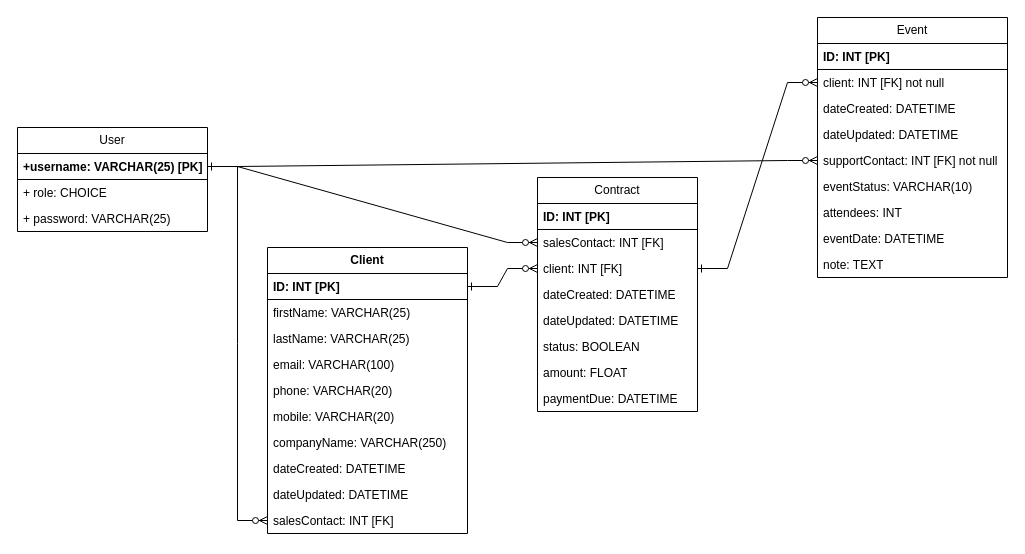
gmaOCR/TP12 keeps this draw.io diagram as Diagramme ER.drawio. Above is the earlier version. Source tidied: cells renumbered, new cells numbered last; positions are measured from the earlier drawing's top-left corner, leaving out a move shared by most shapes. Both pictures are drawn from the tidied source at 100%, with x=0, y=0 at pixel (17, 17).
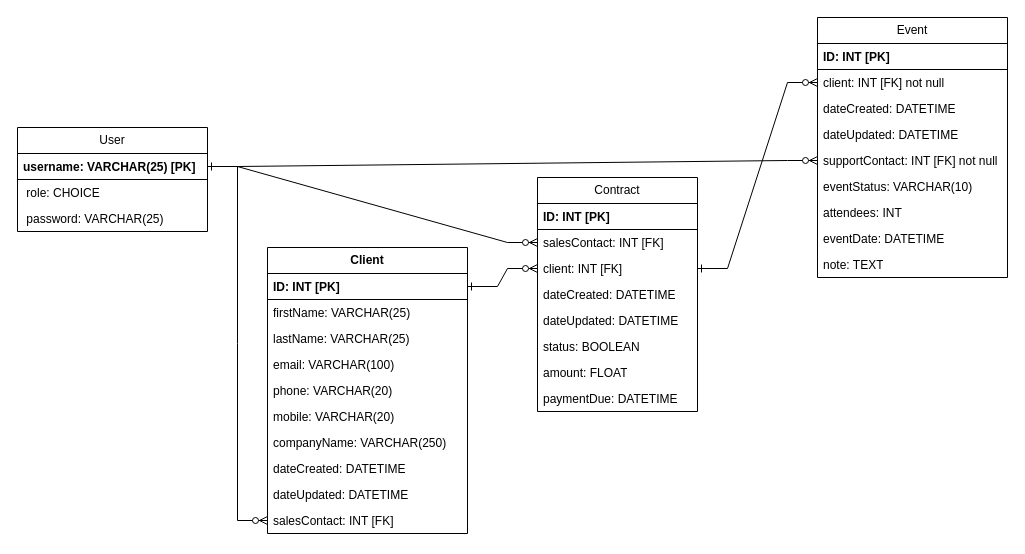
After the change.

Unchanged cells that the change refers to:
```xml
<mxCell id="36" value="User" style="swimlane;fontStyle=0;horizontal=1;startSize=26;fillColor=none;whiteSpace=wrap;html=1;" parent="1" vertex="1">
  <mxGeometry y="110" width="190" height="104" as="geometry" />
</mxCell>
```

The edit, as a diff of the source:
```diff
@@
-    <mxCell id="37" value="&lt;b&gt;+username: &lt;/b&gt;&lt;b&gt;VARCHAR(25)&lt;/b&gt;&lt;b&gt; [PK]&lt;/b&gt;" style="text;strokeColor=default;fillColor=none;align=left;verticalAlign=top;spacingLeft=4;spacingRight=4;overflow=hidden;points=[[0,0.5],[1,0.5]];portConstraint=eastwest;whiteSpace=wrap;html=1;" parent="36" vertex="1">
+    <mxCell id="37" value="&lt;b&gt;username: &lt;/b&gt;&lt;b&gt;VARCHAR(25)&lt;/b&gt;&lt;b&gt; [PK]&lt;/b&gt;" style="text;strokeColor=default;fillColor=none;align=left;verticalAlign=top;spacingLeft=4;spacingRight=4;overflow=hidden;points=[[0,0.5],[1,0.5]];portConstraint=eastwest;whiteSpace=wrap;html=1;" parent="36" vertex="1">
       <mxGeometry y="26" width="190" height="26" as="geometry" />
     </mxCell>
-    <mxCell id="38" value="+ role: CHOICE" style="text;strokeColor=none;fillColor=none;align=left;verticalAlign=top;spacingLeft=4;spacingRight=4;overflow=hidden;whiteSpace=wrap;html=1;" parent="36" vertex="1">
+    <mxCell id="38" value="&amp;nbsp;role: CHOICE" style="text;strokeColor=none;fillColor=none;align=left;verticalAlign=top;spacingLeft=4;spacingRight=4;overflow=hidden;whiteSpace=wrap;html=1;" parent="36" vertex="1">
       <mxGeometry y="52" width="190" height="26" as="geometry" />
     </mxCell>
-    <mxCell id="39" value="&lt;div&gt;+ password: VARCHAR(25)&lt;/div&gt;" style="text;strokeColor=none;fillColor=none;align=left;verticalAlign=top;spacingLeft=4;spacingRight=4;overflow=hidden;whiteSpace=wrap;html=1;" parent="36" vertex="1">
+    <mxCell id="39" value="&lt;div&gt;&amp;nbsp;password: VARCHAR(25)&lt;/div&gt;" style="text;strokeColor=none;fillColor=none;align=left;verticalAlign=top;spacingLeft=4;spacingRight=4;overflow=hidden;whiteSpace=wrap;html=1;" parent="36" vertex="1">
       <mxGeometry y="78" width="190" height="26" as="geometry" />
     </mxCell>
```
